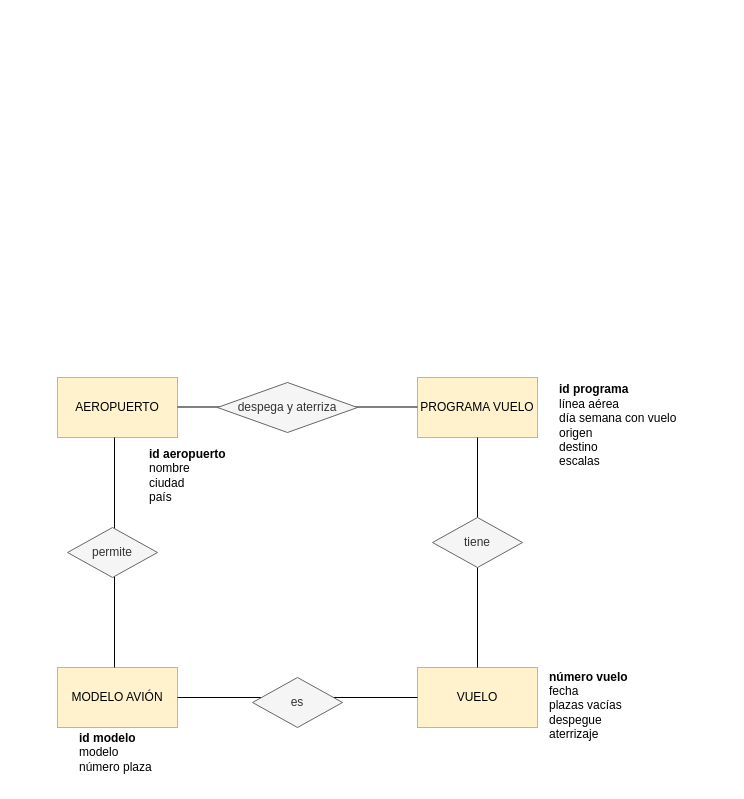
The draw.io diagram Creación ERD/ERD ejercicio 4.drawio in mocihu-source/CIFO-laVioleta-SQL-BBDD, before the edit. Source tidied: cells renumbered, new cells numbered last; positions are measured from the earlier drawing's top-left corner, leaving out a move shared by most shapes. Both pictures are drawn from the tidied source at 100%, with x=0, y=0 at pixel (57, 357).
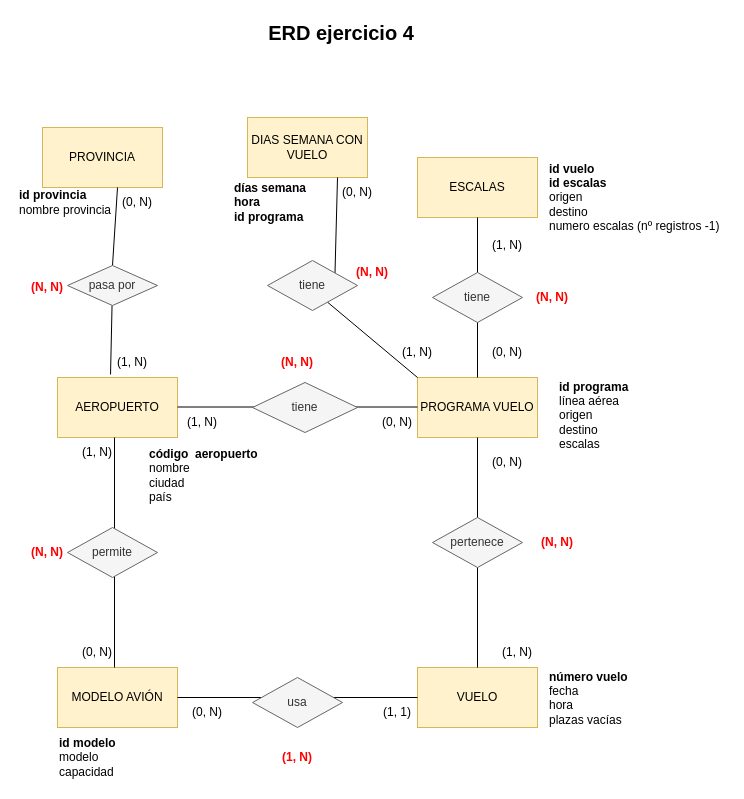
The same diagram, later.

The change refers to these unchanged cells:
```xml
<mxCell id="2" value="AEROPUERTO" style="rounded=0;whiteSpace=wrap;html=1;fillColor=#fff2cc;strokeColor=#d6b656;" parent="1" vertex="1">
  <mxGeometry y="20" width="120" height="60" as="geometry" />
</mxCell>
<mxCell id="3" value="PROGRAMA VUELO" style="rounded=0;whiteSpace=wrap;html=1;fillColor=#fff2cc;strokeColor=#d6b656;" parent="1" vertex="1">
  <mxGeometry x="360" y="20" width="120" height="60" as="geometry" />
</mxCell>
```

Diff of the diagram source:
```diff
@@
-    <mxCell id="10" value="despega y aterriza" style="rhombus;whiteSpace=wrap;html=1;shapeInside=1;fillColor=#f5f5f5;fontColor=#333333;strokeColor=#666666;" parent="1" vertex="1">
-      <mxGeometry x="160" y="25" width="140" height="50" as="geometry" />
+    <mxCell id="10" value="tiene" style="rhombus;whiteSpace=wrap;html=1;shapeInside=1;fillColor=#f5f5f5;fontColor=#333333;strokeColor=#666666;" parent="1" vertex="1">
+      <mxGeometry x="195" y="25" width="105" height="50" as="geometry" />
     </mxCell>
-    <mxCell id="11" value="es" style="rhombus;whiteSpace=wrap;html=1;shapeInside=1;fillColor=#f5f5f5;fontColor=#333333;strokeColor=#666666;" parent="1" vertex="1">
+    <mxCell id="11" value="usa" style="rhombus;whiteSpace=wrap;html=1;shapeInside=1;fillColor=#f5f5f5;fontColor=#333333;strokeColor=#666666;" parent="1" vertex="1">
       <mxGeometry x="195" y="320" width="90" height="50" as="geometry" />
     </mxCell>
-    <mxCell id="12" value="tiene" style="rhombus;whiteSpace=wrap;html=1;shapeInside=1;fillColor=#f5f5f5;fontColor=#333333;strokeColor=#666666;" parent="1" vertex="1">
+    <mxCell id="12" value="pertenece" style="rhombus;whiteSpace=wrap;html=1;shapeInside=1;fillColor=#f5f5f5;fontColor=#333333;strokeColor=#666666;" parent="1" vertex="1">
       <mxGeometry x="375" y="160" width="90" height="50" as="geometry" />
     </mxCell>
@@
-    <mxCell id="14" value="&lt;b&gt;id programa&lt;/b&gt;&lt;div&gt;línea aérea&amp;nbsp;&lt;/div&gt;&lt;div&gt;día semana con vuelo&lt;/div&gt;&lt;div&gt;origen&amp;nbsp;&lt;/div&gt;&lt;div&gt;destino&lt;/div&gt;&lt;div&gt;escalas&lt;/div&gt;" style="text;html=1;whiteSpace=wrap;strokeColor=none;fillColor=none;align=left;verticalAlign=middle;rounded=0;" parent="1" vertex="1">
-      <mxGeometry x="500" width="140" height="135" as="geometry" />
+    <mxCell id="14" value="&lt;b&gt;id programa&lt;/b&gt;&lt;div&gt;línea aérea&amp;nbsp;&lt;/div&gt;&lt;div&gt;&lt;span style=&quot;background-color: transparent; color: light-dark(#000000, var(--ge-light-color, #ffffff));&quot;&gt;origen&amp;nbsp;&lt;/span&gt;&lt;/div&gt;&lt;div&gt;destino&lt;/div&gt;&lt;div&gt;escalas&lt;/div&gt;" style="text;html=1;whiteSpace=wrap;strokeColor=none;fillColor=none;align=left;verticalAlign=middle;rounded=0;" parent="1" vertex="1">
+      <mxGeometry x="500" y="-10" width="140" height="135" as="geometry" />
     </mxCell>
-    <mxCell id="15" value="&lt;b&gt;id aeropuerto&lt;/b&gt;&lt;div&gt;nombre&amp;nbsp;&lt;/div&gt;&lt;div&gt;ciudad&amp;nbsp;&lt;/div&gt;&lt;div&gt;país&lt;/div&gt;" style="text;html=1;whiteSpace=wrap;strokeColor=none;fillColor=none;align=left;verticalAlign=middle;rounded=0;" parent="1" vertex="1">
-      <mxGeometry x="90" y="80" width="90" height="75" as="geometry" />
+    <mxCell id="15" value="&lt;b&gt;código&amp;nbsp; aeropuerto&lt;/b&gt;&lt;div&gt;nombre&amp;nbsp;&lt;/div&gt;&lt;div&gt;ciudad&amp;nbsp;&lt;/div&gt;&lt;div&gt;país&lt;/div&gt;" style="text;html=1;whiteSpace=wrap;strokeColor=none;fillColor=none;align=left;verticalAlign=middle;rounded=0;" parent="1" vertex="1">
+      <mxGeometry x="90" y="80" width="120" height="75" as="geometry" />
     </mxCell>
-    <mxCell id="16" value="&lt;b&gt;id modelo&lt;/b&gt;&lt;div style=&quot;&quot;&gt;modelo&lt;/div&gt;&lt;div style=&quot;&quot;&gt;número plaza&lt;/div&gt;" style="text;html=1;whiteSpace=wrap;strokeColor=none;fillColor=none;align=left;verticalAlign=middle;rounded=0;" parent="1" vertex="1">
-      <mxGeometry x="20" y="380" width="90" height="30" as="geometry" />
+    <mxCell id="16" value="&lt;b&gt;id modelo&lt;/b&gt;&lt;div style=&quot;&quot;&gt;modelo&lt;/div&gt;&lt;div style=&quot;&quot;&gt;capacidad&lt;/div&gt;" style="text;html=1;whiteSpace=wrap;strokeColor=none;fillColor=none;align=left;verticalAlign=middle;rounded=0;" parent="1" vertex="1">
+      <mxGeometry y="375" width="90" height="50" as="geometry" />
     </mxCell>
-    <mxCell id="17" value="&lt;b&gt;número vuelo&lt;/b&gt;&lt;div&gt;fecha&amp;nbsp;&lt;/div&gt;&lt;div&gt;plazas vacías&lt;/div&gt;&lt;div&gt;despegue&amp;nbsp;&lt;/div&gt;&lt;div&gt;aterrizaje&amp;nbsp;&lt;/div&gt;" style="text;html=1;whiteSpace=wrap;strokeColor=none;fillColor=none;align=left;verticalAlign=middle;rounded=0;" parent="1" vertex="1">
+    <mxCell id="17" value="&lt;b&gt;número vuelo&lt;/b&gt;&lt;div&gt;fecha&amp;nbsp;&lt;/div&gt;&lt;div&gt;hora&lt;/div&gt;&lt;div&gt;plazas vacías&lt;/div&gt;&lt;div&gt;&lt;br&gt;&lt;/div&gt;" style="text;html=1;whiteSpace=wrap;strokeColor=none;fillColor=none;align=left;verticalAlign=middle;rounded=0;" parent="1" vertex="1">
       <mxGeometry x="490" y="310" width="90" height="75" as="geometry" />
     </mxCell>
+    <mxCell id="18" value="ESCALAS" style="rounded=0;whiteSpace=wrap;html=1;fillColor=#fff2cc;strokeColor=#d6b656;" parent="1" vertex="1">
+      <mxGeometry x="360" y="-200" width="120" height="60" as="geometry" />
+    </mxCell>
+    <mxCell id="19" style="endArrow=none;html=1;rounded=0;defaultLabelBackgroundColor=page;exitX=0.5;exitY=1;exitDx=0;exitDy=0;" parent="1" edge="1" source="18" target="3">
+      <mxGeometry relative="1" as="geometry" />
+    </mxCell>
+    <mxCell id="20" value="tiene" style="rhombus;whiteSpace=wrap;html=1;shapeInside=1;fillColor=#f5f5f5;fontColor=#333333;strokeColor=#666666;" parent="1" vertex="1">
+      <mxGeometry x="375" y="-85" width="90" height="50" as="geometry" />
+    </mxCell>
+    <mxCell id="21" value="&lt;b&gt;id vuelo&amp;nbsp;&lt;/b&gt;&lt;div&gt;&lt;b&gt;id escalas&lt;/b&gt;&lt;/div&gt;&lt;div&gt;origen&amp;nbsp;&lt;div&gt;destino&lt;/div&gt;&lt;/div&gt;&lt;div&gt;numero escalas (nº registros -1)&lt;/div&gt;" style="text;html=1;whiteSpace=wrap;strokeColor=none;fillColor=none;align=left;verticalAlign=middle;rounded=0;" parent="1" vertex="1">
+      <mxGeometry x="490" y="-190" width="180" height="60" as="geometry" />
+    </mxCell>
+    <mxCell id="22" value="&lt;font style=&quot;font-size: 20px;&quot;&gt;&lt;b&gt;ERD ejercicio 4&lt;/b&gt;&lt;/font&gt;" style="text;html=1;whiteSpace=wrap;strokeColor=none;fillColor=none;align=center;verticalAlign=middle;rounded=0;" parent="1" vertex="1">
+      <mxGeometry x="164" y="-340" width="240" height="30" as="geometry" />
+    </mxCell>
+    <mxCell id="23" value="(0, N)" style="text;html=1;whiteSpace=wrap;strokeColor=none;fillColor=none;align=center;verticalAlign=middle;rounded=0;" parent="1" vertex="1">
+      <mxGeometry x="420" y="-20" width="60" height="30" as="geometry" />
+    </mxCell>
+    <mxCell id="24" value="(1, N)" style="text;html=1;whiteSpace=wrap;strokeColor=none;fillColor=none;align=center;verticalAlign=middle;rounded=0;" parent="1" vertex="1">
+      <mxGeometry x="420" y="-127" width="60" height="30" as="geometry" />
+    </mxCell>
+    <mxCell id="25" value="&lt;b&gt;(N, N)&lt;/b&gt;" style="text;html=1;whiteSpace=wrap;strokeColor=none;fillColor=none;align=center;verticalAlign=middle;rounded=0;fontColor=#FF0000;" parent="1" vertex="1">
+      <mxGeometry x="465" y="-75" width="60" height="30" as="geometry" />
+    </mxCell>
+    <mxCell id="26" value="(0, N)" style="text;html=1;whiteSpace=wrap;strokeColor=none;fillColor=none;align=center;verticalAlign=middle;rounded=0;" parent="1" vertex="1">
+      <mxGeometry x="420" y="90" width="60" height="30" as="geometry" />
+    </mxCell>
+    <mxCell id="27" value="(1, N)" style="text;html=1;whiteSpace=wrap;strokeColor=none;fillColor=none;align=center;verticalAlign=middle;rounded=0;" parent="1" vertex="1">
+      <mxGeometry x="430" y="280" width="60" height="30" as="geometry" />
+    </mxCell>
+    <mxCell id="28" value="&lt;b&gt;(N, N)&lt;/b&gt;" style="text;html=1;whiteSpace=wrap;strokeColor=none;fillColor=none;align=center;verticalAlign=middle;rounded=0;fontColor=#FF0000;" parent="1" vertex="1">
+      <mxGeometry x="470" y="170" width="60" height="30" as="geometry" />
+    </mxCell>
+    <mxCell id="29" value="&lt;b&gt;(1, N)&lt;/b&gt;" style="text;html=1;whiteSpace=wrap;strokeColor=none;fillColor=none;align=center;verticalAlign=middle;rounded=0;fontColor=#FF0000;" parent="1" vertex="1">
+      <mxGeometry x="210" y="385" width="60" height="30" as="geometry" />
+    </mxCell>
+    <mxCell id="30" value="&lt;b&gt;(N, N)&lt;/b&gt;" style="text;html=1;whiteSpace=wrap;strokeColor=none;fillColor=none;align=center;verticalAlign=middle;rounded=0;fontColor=#FF0000;" parent="1" vertex="1">
+      <mxGeometry x="-40" y="180" width="60" height="30" as="geometry" />
+    </mxCell>
+    <mxCell id="31" value="&lt;b&gt;(N, N)&lt;/b&gt;" style="text;html=1;whiteSpace=wrap;strokeColor=none;fillColor=none;align=center;verticalAlign=middle;rounded=0;fontColor=#FF0000;" parent="1" vertex="1">
+      <mxGeometry x="210" y="-10" width="60" height="30" as="geometry" />
+    </mxCell>
+    <mxCell id="32" value="(1, 1)" style="text;html=1;whiteSpace=wrap;strokeColor=none;fillColor=none;align=center;verticalAlign=middle;rounded=0;" parent="1" vertex="1">
+      <mxGeometry x="310" y="340" width="60" height="30" as="geometry" />
+    </mxCell>
+    <mxCell id="33" value="(0, N)" style="text;html=1;whiteSpace=wrap;strokeColor=none;fillColor=none;align=center;verticalAlign=middle;rounded=0;" parent="1" vertex="1">
+      <mxGeometry x="120" y="340" width="60" height="30" as="geometry" />
+    </mxCell>
+    <mxCell id="34" value="(1, N)" style="text;html=1;whiteSpace=wrap;strokeColor=none;fillColor=none;align=center;verticalAlign=middle;rounded=0;" parent="1" vertex="1">
+      <mxGeometry x="10" y="80" width="60" height="30" as="geometry" />
+    </mxCell>
+    <mxCell id="35" value="(0, N)" style="text;html=1;whiteSpace=wrap;strokeColor=none;fillColor=none;align=center;verticalAlign=middle;rounded=0;" parent="1" vertex="1">
+      <mxGeometry x="10" y="280" width="60" height="30" as="geometry" />
+    </mxCell>
+    <mxCell id="36" value="(1, N)" style="text;html=1;whiteSpace=wrap;strokeColor=none;fillColor=none;align=center;verticalAlign=middle;rounded=0;" parent="1" vertex="1">
+      <mxGeometry x="115" y="50" width="60" height="30" as="geometry" />
+    </mxCell>
+    <mxCell id="37" value="(0, N)" style="text;html=1;whiteSpace=wrap;strokeColor=none;fillColor=none;align=center;verticalAlign=middle;rounded=0;" parent="1" vertex="1">
+      <mxGeometry x="310" y="50" width="60" height="30" as="geometry" />
+    </mxCell>
+    <mxCell id="38" value="DIAS SEMANA CON VUELO" style="rounded=0;whiteSpace=wrap;html=1;fillColor=#fff2cc;strokeColor=#d6b656;" parent="1" vertex="1">
+      <mxGeometry x="190" y="-240" width="120" height="60" as="geometry" />
+    </mxCell>
+    <mxCell id="39" style="endArrow=none;html=1;rounded=0;defaultLabelBackgroundColor=page;entryX=0.75;entryY=1;entryDx=0;entryDy=0;exitX=1;exitY=0;exitDx=0;exitDy=0;" parent="1" edge="1" source="41" target="38">
+      <mxGeometry relative="1" as="geometry" />
+    </mxCell>
+    <mxCell id="40" style="endArrow=none;html=1;rounded=0;defaultLabelBackgroundColor=page;entryX=0.75;entryY=1;entryDx=0;entryDy=0;exitX=0;exitY=0;exitDx=0;exitDy=0;" parent="1" edge="1" source="3" target="41">
+      <mxGeometry relative="1" as="geometry" />
+    </mxCell>
+    <mxCell id="41" value="tiene" style="rhombus;whiteSpace=wrap;html=1;shapeInside=1;fillColor=#f5f5f5;fontColor=#333333;strokeColor=#666666;" parent="1" vertex="1">
+      <mxGeometry x="210" y="-97" width="90" height="50" as="geometry" />
+    </mxCell>
+    <mxCell id="42" value="&lt;b&gt;días semana&lt;/b&gt;&lt;div&gt;&lt;b&gt;hora&lt;br&gt;&lt;/b&gt;&lt;div&gt;&lt;b&gt;id programa&lt;/b&gt;&lt;/div&gt;&lt;/div&gt;" style="text;html=1;whiteSpace=wrap;strokeColor=none;fillColor=none;align=left;verticalAlign=middle;rounded=0;" parent="1" vertex="1">
+      <mxGeometry x="175" y="-170" width="90" height="30" as="geometry" />
+    </mxCell>
+    <mxCell id="43" value="PROVINCIA" style="rounded=0;whiteSpace=wrap;html=1;fillColor=#fff2cc;strokeColor=#d6b656;" parent="1" vertex="1">
+      <mxGeometry x="-15" y="-230" width="120" height="60" as="geometry" />
+    </mxCell>
+    <mxCell id="44" style="endArrow=none;html=1;rounded=0;defaultLabelBackgroundColor=page;exitX=0.5;exitY=0;exitDx=0;exitDy=0;entryX=0.625;entryY=1;entryDx=0;entryDy=0;entryPerimeter=0;" parent="1" edge="1" source="46" target="43">
+      <mxGeometry relative="1" as="geometry" />
+    </mxCell>
+    <mxCell id="45" style="endArrow=none;html=1;rounded=0;defaultLabelBackgroundColor=page;exitX=0.442;exitY=-0.05;exitDx=0;exitDy=0;exitPerimeter=0;" parent="1" edge="1" source="2" target="46">
+      <mxGeometry relative="1" as="geometry" />
+    </mxCell>
+    <mxCell id="46" value="pasa por" style="rhombus;whiteSpace=wrap;html=1;shapeInside=1;fillColor=#f5f5f5;fontColor=#333333;strokeColor=#666666;" parent="1" vertex="1">
+      <mxGeometry x="10" y="-92" width="90" height="40" as="geometry" />
+    </mxCell>
+    <mxCell id="47" value="(1, N)" style="text;html=1;whiteSpace=wrap;strokeColor=none;fillColor=none;align=center;verticalAlign=middle;rounded=0;" parent="1" vertex="1">
+      <mxGeometry x="45" y="-10" width="60" height="30" as="geometry" />
+    </mxCell>
+    <mxCell id="48" value="(0, N)" style="text;html=1;whiteSpace=wrap;strokeColor=none;fillColor=none;align=center;verticalAlign=middle;rounded=0;" parent="1" vertex="1">
+      <mxGeometry x="50" y="-170" width="60" height="30" as="geometry" />
+    </mxCell>
+    <mxCell id="49" value="&lt;b&gt;(N, N)&lt;/b&gt;" style="text;html=1;whiteSpace=wrap;strokeColor=none;fillColor=none;align=center;verticalAlign=middle;rounded=0;fontColor=#FF0000;" parent="1" vertex="1">
+      <mxGeometry x="-40" y="-85" width="60" height="30" as="geometry" />
+    </mxCell>
+    <mxCell id="50" value="&lt;b&gt;id provincia&lt;/b&gt;&lt;div&gt;nombre provincia&lt;/div&gt;" style="text;html=1;whiteSpace=wrap;strokeColor=none;fillColor=none;align=left;verticalAlign=middle;rounded=0;" parent="1" vertex="1">
+      <mxGeometry x="-40" y="-170" width="105" height="30" as="geometry" />
+    </mxCell>
+    <mxCell id="51" value="(1, N)" style="text;html=1;whiteSpace=wrap;strokeColor=none;fillColor=none;align=center;verticalAlign=middle;rounded=0;" parent="1" vertex="1">
+      <mxGeometry x="330" y="-20" width="60" height="30" as="geometry" />
+    </mxCell>
+    <mxCell id="52" value="(0, N)" style="text;html=1;whiteSpace=wrap;strokeColor=none;fillColor=none;align=center;verticalAlign=middle;rounded=0;" parent="1" vertex="1">
+      <mxGeometry x="270" y="-180" width="60" height="30" as="geometry" />
+    </mxCell>
+    <mxCell id="53" value="&lt;b&gt;(N, N)&lt;/b&gt;" style="text;html=1;whiteSpace=wrap;strokeColor=none;fillColor=none;align=center;verticalAlign=middle;rounded=0;fontColor=#FF0000;" parent="1" vertex="1">
+      <mxGeometry x="285" y="-100" width="60" height="30" as="geometry" />
+    </mxCell>
```
